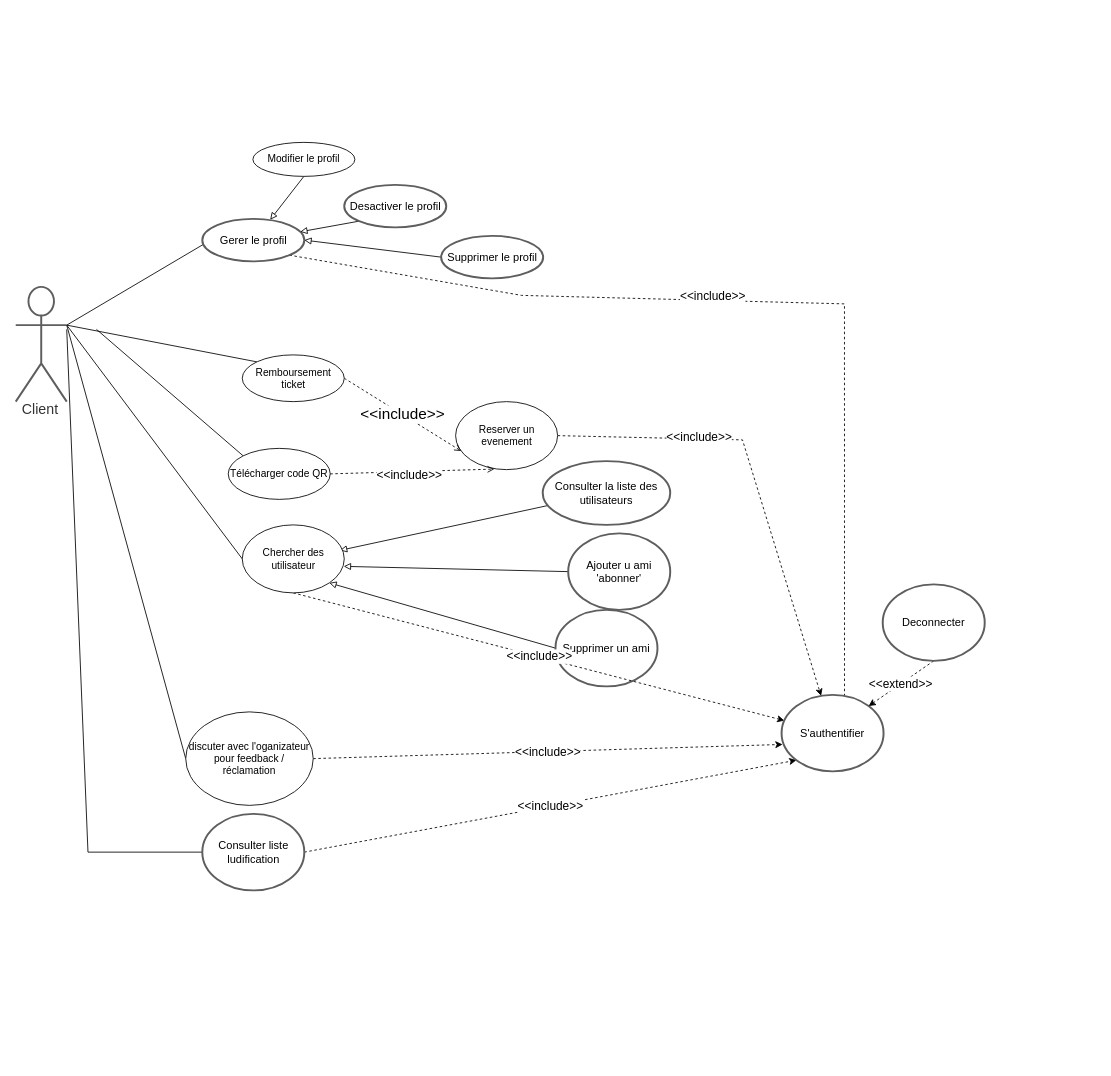
This is Diagram de cas utilisation/Diagramme sans nom.drawio from mohamedimem/event-, a draw.io file, before an edit. Source tidied: cells renumbered, new cells numbered last; positions are measured from the earlier drawing's top-left corner, leaving out a move shared by most shapes. Both pictures are drawn from the tidied source at 85%, with x=0, y=0 at pixel (15, 142).
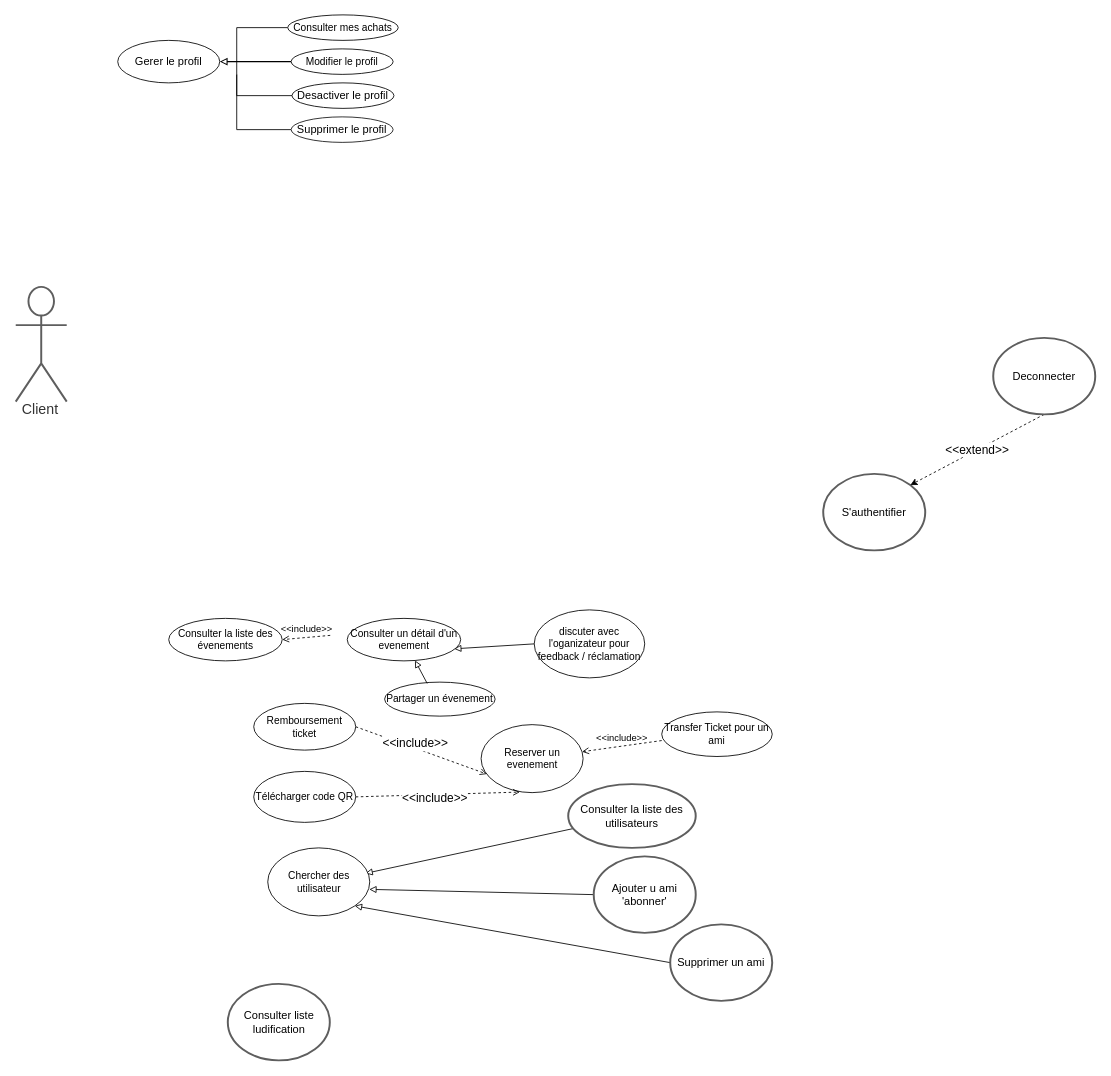
The same diagram, later.

Commit message (it also covers changes not shown here):
Mettre à jour Diagramme sans nom.drawio

Unchanged cells that the change refers to:
```xml
<mxCell id="5" value="Client" style="html=1;overflow=block;blockSpacing=1;shape=umlActor;labelPosition=center;verticalLabelPosition=bottom;verticalAlign=top;whiteSpace=nowrap;fontSize=16.7;fontColor=#333333;align=center;spacing=0;strokeColor=#5e5e5e;strokeOpacity=100;rounded=1;absoluteArcSize=1;arcSize=9;strokeWidth=2.3;lucidId=Zoit8c.qYpQ7;" parent="1" vertex="1">
  <mxGeometry y="170" width="60" height="135" as="geometry" />
</mxCell>
```

The edit, as a diff of the source:
```diff
@@
-    <mxCell id="2" style="edgeStyle=none;rounded=0;jettySize=auto;html=1;exitX=1;exitY=0.3333333333333333;exitDx=0;exitDy=0;exitPerimeter=0;entryX=0.019;entryY=0.588;entryDx=0;entryDy=0;entryPerimeter=0;fontSize=18;endArrow=none;endFill=0;" parent="1" edge="1" source="5" target="8">
-      <mxGeometry relative="1" as="geometry" />
-    </mxCell>
-    <mxCell id="3" style="edgeStyle=none;rounded=0;jettySize=auto;html=1;exitX=1;exitY=0.3333333333333333;exitDx=0;exitDy=0;exitPerimeter=0;entryX=0;entryY=0;entryDx=0;entryDy=0;fontSize=18;endArrow=none;endFill=0;" parent="1" edge="1" source="5" target="26">
-      <mxGeometry relative="1" as="geometry" />
-    </mxCell>
-    <mxCell id="4" style="edgeStyle=none;rounded=0;jettySize=auto;html=1;exitX=1;exitY=0.3333333333333333;exitDx=0;exitDy=0;exitPerimeter=0;entryX=0;entryY=0.5;entryDx=0;entryDy=0;fontSize=14;endArrow=none;endFill=0;" parent="1" edge="1" source="5" target="34">
-      <mxGeometry relative="1" as="geometry" />
-    </mxCell>
@@
-    <mxCell id="6" style="edgeStyle=none;rounded=0;jettySize=auto;html=1;exitX=1;exitY=1;exitDx=0;exitDy=0;entryX=0.617;entryY=0.111;entryDx=0;entryDy=0;entryPerimeter=0;dashed=1;fontSize=14;endArrow=classic;endFill=1;" parent="1" edge="1" source="8" target="35">
-      <mxGeometry relative="1" as="geometry">
-        <Array as="points">
-          <mxPoint x="595" y="180" />
-          <mxPoint x="975" y="190" />
-        </Array>
-      </mxGeometry>
-    </mxCell>
-    <mxCell id="7" value="&amp;lt;&amp;lt;include&amp;gt;&amp;gt;" style="edgeLabel;html=1;align=center;verticalAlign=middle;fontSize=14;" parent="6" vertex="1">
-      <mxGeometry x="-0.11" y="5" relative="1" as="geometry" />
-    </mxCell>
-    <mxCell id="8" value="Gerer le profil" style="html=1;overflow=block;blockSpacing=1;whiteSpace=wrap;ellipse;fontSize=13;spacing=3.8;strokeColor=#5e5e5e;strokeOpacity=100;rounded=1;absoluteArcSize=1;arcSize=9;strokeWidth=2.3;lucidId=3sitsereLQRn;" parent="1" vertex="1">
-      <mxGeometry x="219.5" y="90" width="120" height="50" as="geometry" />
+    <mxCell id="8" value="Gerer le profil" style="html=1;overflow=block;blockSpacing=1;whiteSpace=wrap;ellipse;fontSize=13;spacing=3.8;strokeColor=#030303;strokeOpacity=100;rounded=1;absoluteArcSize=1;arcSize=9;strokeWidth=1;lucidId=3sitsereLQRn;" parent="1" vertex="1">
+      <mxGeometry x="120" y="-120" width="120" height="50" as="geometry" />
     </mxCell>
-    <mxCell id="9" style="edgeStyle=none;rounded=0;jettySize=auto;html=1;exitX=0;exitY=1;exitDx=0;exitDy=0;fontSize=18;endArrow=block;endFill=0;" parent="1" edge="1" source="10" target="8">
-      <mxGeometry relative="1" as="geometry" />
-    </mxCell>
+    <mxCell id="40" style="edgeStyle=none;rounded=0;jettySize=auto;html=1;exitX=0;exitY=0.5;exitDx=0;exitDy=0;endArrow=none;endFill=0;" parent="1" edge="1" source="10">
+      <mxGeometry relative="1" as="geometry">
+        <mxPoint x="260" y="-80" as="targetPoint" />
+        <Array as="points">
+          <mxPoint x="260" y="-55" />
+        </Array>
+      </mxGeometry>
+    </mxCell>
-    <mxCell id="10" value="Desactiver le profil" style="html=1;overflow=block;blockSpacing=1;whiteSpace=wrap;ellipse;fontSize=13;spacing=3.8;strokeColor=#5e5e5e;strokeOpacity=100;rounded=1;absoluteArcSize=1;arcSize=9;strokeWidth=2.3;lucidId=jtitNFk_JNwB;" parent="1" vertex="1">
-      <mxGeometry x="386.5" y="50" width="120" height="50" as="geometry" />
+    <mxCell id="10" value="Desactiver le profil" style="html=1;overflow=block;blockSpacing=1;whiteSpace=wrap;ellipse;fontSize=13;spacing=3.8;strokeColor=#000000;strokeOpacity=100;rounded=1;absoluteArcSize=1;arcSize=9;strokeWidth=1;lucidId=jtitNFk_JNwB;" parent="1" vertex="1">
+      <mxGeometry x="325" y="-70" width="120" height="30" as="geometry" />
     </mxCell>
-    <mxCell id="11" style="edgeStyle=none;rounded=0;jettySize=auto;html=1;exitX=0;exitY=0.5;exitDx=0;exitDy=0;fontSize=14;endArrow=none;endFill=0;" parent="1" edge="1" source="13">
-      <mxGeometry relative="1" as="geometry">
-        <mxPoint x="60" y="220" as="targetPoint" />
-        <Array as="points">
-          <mxPoint x="85" y="835" />
-        </Array>
-      </mxGeometry>
-    </mxCell>
-    <mxCell id="12" value="&amp;lt;&amp;lt;include&amp;gt;&amp;gt;" style="edgeStyle=none;rounded=0;jettySize=auto;html=1;exitX=1;exitY=0.5;exitDx=0;exitDy=0;entryX=0;entryY=1;entryDx=0;entryDy=0;fontSize=14;endArrow=classic;endFill=1;dashed=1;" parent="1" edge="1" source="13" target="35">
-      <mxGeometry relative="1" as="geometry" />
-    </mxCell>
     <mxCell id="13" value="Consulter liste ludification" style="html=1;overflow=block;blockSpacing=1;whiteSpace=wrap;ellipse;fontSize=13;spacing=3.8;strokeColor=#5e5e5e;strokeOpacity=100;rounded=1;absoluteArcSize=1;arcSize=9;strokeWidth=2.3;lucidId=AtitZLWRrcX2;" parent="1" vertex="1">
-      <mxGeometry x="219.5" y="790" width="120" height="90" as="geometry" />
+      <mxGeometry x="249.5" y="990" width="120" height="90" as="geometry" />
     </mxCell>
@@
     <mxCell id="15" value="Ajouter u ami 'abonner'" style="html=1;overflow=block;blockSpacing=1;whiteSpace=wrap;ellipse;fontSize=13;spacing=3.8;strokeColor=#5e5e5e;strokeOpacity=100;rounded=1;absoluteArcSize=1;arcSize=9;strokeWidth=2.3;lucidId=yuiteOMJiaQA;" parent="1" vertex="1">
-      <mxGeometry x="650" y="460" width="120" height="90" as="geometry" />
+      <mxGeometry x="680" y="840" width="120" height="90" as="geometry" />
     </mxCell>
@@
     <mxCell id="17" value="Supprimer un ami" style="html=1;overflow=block;blockSpacing=1;whiteSpace=wrap;ellipse;fontSize=13;spacing=3.8;strokeColor=#5e5e5e;strokeOpacity=100;rounded=1;absoluteArcSize=1;arcSize=9;strokeWidth=2.3;lucidId=Juitxt.MBrJM;" parent="1" vertex="1">
-      <mxGeometry x="635" y="550" width="120" height="90" as="geometry" />
+      <mxGeometry x="770" y="920" width="120" height="90" as="geometry" />
     </mxCell>
@@
     <mxCell id="19" value="Consulter la liste des utilisateurs" style="html=1;overflow=block;blockSpacing=1;whiteSpace=wrap;ellipse;fontSize=13;spacing=3.8;strokeColor=#5e5e5e;strokeOpacity=100;rounded=1;absoluteArcSize=1;arcSize=9;strokeWidth=2.3;lucidId=SuitE4AoL12q;" parent="1" vertex="1">
-      <mxGeometry x="620" y="375" width="150" height="75" as="geometry" />
+      <mxGeometry x="650" y="755" width="150" height="75" as="geometry" />
     </mxCell>
-    <mxCell id="20" style="edgeStyle=none;rounded=0;jettySize=auto;html=1;exitX=0.5;exitY=1;exitDx=0;exitDy=0;entryX=0.666;entryY=0.019;entryDx=0;entryDy=0;entryPerimeter=0;fontSize=18;endArrow=block;endFill=0;" parent="1" edge="1" source="21" target="8">
+    <mxCell id="20" style="edgeStyle=none;rounded=0;jettySize=auto;html=1;exitX=0;exitY=0.5;exitDx=0;exitDy=0;entryX=1;entryY=0.5;entryDx=0;entryDy=0;endArrow=block;endFill=0;strokeWidth=1.25;" parent="1" edge="1" source="21" target="8">
       <mxGeometry relative="1" as="geometry" />
     </mxCell>
     <mxCell id="21" value="Modifier le profil" style="ellipse;whiteSpace=wrap;html=1;" parent="1" vertex="1">
-      <mxGeometry x="279" width="120" height="40" as="geometry" />
+      <mxGeometry x="324" y="-110" width="120" height="30" as="geometry" />
     </mxCell>
-    <mxCell id="22" style="edgeStyle=none;rounded=0;jettySize=auto;html=1;exitX=1;exitY=0.5;exitDx=0;exitDy=0;dashed=1;fontSize=14;endArrow=classic;endFill=1;" parent="1" edge="1" source="24" target="35">
-      <mxGeometry relative="1" as="geometry">
-        <Array as="points">
-          <mxPoint x="855" y="350" />
-        </Array>
-      </mxGeometry>
-    </mxCell>
-    <mxCell id="23" value="&amp;lt;&amp;lt;include&amp;gt;&amp;gt;" style="edgeLabel;html=1;align=center;verticalAlign=middle;fontSize=14;" parent="22" vertex="1">
-      <mxGeometry x="-0.38" y="2" relative="1" as="geometry">
-        <mxPoint x="1" as="offset" />
-      </mxGeometry>
-    </mxCell>
     <mxCell id="24" value="Reserver un evenement" style="ellipse;whiteSpace=wrap;html=1;" parent="1" vertex="1">
-      <mxGeometry x="517.5" y="305" width="120" height="80" as="geometry" />
+      <mxGeometry x="547.5" y="685" width="120" height="80" as="geometry" />
     </mxCell>
-    <mxCell id="25" value="&amp;lt;&amp;lt;include&amp;gt;&amp;gt;" style="edgeStyle=none;rounded=0;jettySize=auto;html=1;exitX=1;exitY=0.5;exitDx=0;exitDy=0;entryX=0.056;entryY=0.727;entryDx=0;entryDy=0;entryPerimeter=0;dashed=1;fontSize=18;endArrow=open;endFill=0;" parent="1" edge="1" source="26" target="24">
-      <mxGeometry relative="1" as="geometry" />
+    <mxCell id="25" value="&lt;font style=&quot;font-size: 14px;&quot;&gt;&amp;lt;&amp;lt;include&amp;gt;&amp;gt;&lt;/font&gt;" style="edgeStyle=none;rounded=0;jettySize=auto;html=1;exitX=1;exitY=0.5;exitDx=0;exitDy=0;entryX=0.056;entryY=0.727;entryDx=0;entryDy=0;entryPerimeter=0;dashed=1;fontSize=18;endArrow=open;endFill=0;" parent="1" edge="1" source="26" target="24">
+      <mxGeometry x="-0.12" y="6" relative="1" as="geometry" />
     </mxCell>
     <mxCell id="26" value="Remboursement ticket" style="ellipse;whiteSpace=wrap;html=1;" parent="1" vertex="1">
-      <mxGeometry x="266.5" y="250" width="120" height="55" as="geometry" />
+      <mxGeometry x="280" y="660" width="120" height="55" as="geometry" />
     </mxCell>
@@
-    <mxCell id="28" style="edgeStyle=none;rounded=0;jettySize=auto;html=1;exitX=0;exitY=0;exitDx=0;exitDy=0;fontSize=14;endArrow=none;endFill=0;" parent="1" edge="1" source="29">
-      <mxGeometry relative="1" as="geometry">
-        <mxPoint x="95" y="220" as="targetPoint" />
-      </mxGeometry>
-    </mxCell>
     <mxCell id="29" value="Télécharger code QR" style="ellipse;whiteSpace=wrap;html=1;" parent="1" vertex="1">
-      <mxGeometry x="250" y="360" width="120" height="60" as="geometry" />
+      <mxGeometry x="280" y="740" width="120" height="60" as="geometry" />
     </mxCell>
-    <mxCell id="30" style="edgeStyle=none;rounded=0;jettySize=auto;html=1;exitX=0;exitY=0.5;exitDx=0;exitDy=0;entryX=1;entryY=0.3333333333333333;entryDx=0;entryDy=0;entryPerimeter=0;fontSize=14;endArrow=none;endFill=0;" parent="1" edge="1" source="32" target="5">
-      <mxGeometry relative="1" as="geometry" />
-    </mxCell>
-    <mxCell id="31" value="&amp;lt;&amp;lt;include&amp;gt;&amp;gt;" style="edgeStyle=none;rounded=0;jettySize=auto;html=1;exitX=0.5;exitY=1;exitDx=0;exitDy=0;dashed=1;fontSize=14;endArrow=classic;endFill=1;" parent="1" edge="1" source="32" target="35">
-      <mxGeometry relative="1" as="geometry" />
-    </mxCell>
     <mxCell id="32" value="Chercher des utilisateur" style="ellipse;whiteSpace=wrap;html=1;" parent="1" vertex="1">
-      <mxGeometry x="266.5" y="450" width="120" height="80" as="geometry" />
+      <mxGeometry x="296.5" y="830" width="120" height="80" as="geometry" />
     </mxCell>
-    <mxCell id="33" value="&amp;lt;&amp;lt;include&amp;gt;&amp;gt;" style="edgeStyle=none;rounded=0;jettySize=auto;html=1;exitX=1;exitY=0.5;exitDx=0;exitDy=0;dashed=1;fontSize=14;endArrow=classic;endFill=1;entryX=0.01;entryY=0.648;entryDx=0;entryDy=0;entryPerimeter=0;" parent="1" edge="1" source="34" target="35">
-      <mxGeometry relative="1" as="geometry" />
-    </mxCell>
-    <mxCell id="34" value="discuter avec l'oganizateur pour feedback / réclamation" style="ellipse;whiteSpace=wrap;html=1;" parent="1" vertex="1">
-      <mxGeometry x="200" y="670" width="150" height="110" as="geometry" />
-    </mxCell>
     <mxCell id="35" value="S'authentifier" style="html=1;overflow=block;blockSpacing=1;whiteSpace=wrap;ellipse;fontSize=13;spacing=3.8;strokeColor=#5e5e5e;strokeOpacity=100;rounded=1;absoluteArcSize=1;arcSize=9;strokeWidth=2.3;lucidId=XvitAHHM73nt;" parent="1" vertex="1">
-      <mxGeometry x="901" y="650" width="120" height="90" as="geometry" />
+      <mxGeometry x="950" y="390" width="120" height="90" as="geometry" />
     </mxCell>
@@
     <mxCell id="37" value="Deconnecter" style="html=1;overflow=block;blockSpacing=1;whiteSpace=wrap;ellipse;fontSize=13;spacing=3.8;strokeColor=#5e5e5e;strokeOpacity=100;rounded=1;absoluteArcSize=1;arcSize=9;strokeWidth=2.3;lucidId=XvitmW9DInrr;" parent="1" vertex="1">
-      <mxGeometry x="1020" y="520" width="120" height="90" as="geometry" />
+      <mxGeometry x="1150" y="230" width="120" height="90" as="geometry" />
     </mxCell>
-    <mxCell id="38" style="edgeStyle=none;rounded=0;jettySize=auto;html=1;exitX=0;exitY=0.5;exitDx=0;exitDy=0;entryX=1;entryY=0.5;entryDx=0;entryDy=0;fontSize=18;endArrow=block;endFill=0;" parent="1" edge="1" source="39" target="8">
-      <mxGeometry relative="1" as="geometry" />
-    </mxCell>
+    <mxCell id="41" style="edgeStyle=none;rounded=0;jettySize=auto;html=1;exitX=0;exitY=0.5;exitDx=0;exitDy=0;endArrow=none;endFill=0;" parent="1" edge="1" source="39">
+      <mxGeometry relative="1" as="geometry">
+        <mxPoint x="260" y="-80" as="targetPoint" />
+        <Array as="points">
+          <mxPoint x="260" y="-15" />
+        </Array>
+      </mxGeometry>
+    </mxCell>
-    <mxCell id="39" value="Supprimer le profil" style="html=1;overflow=block;blockSpacing=1;whiteSpace=wrap;ellipse;fontSize=13;spacing=3.8;strokeColor=#5e5e5e;strokeOpacity=100;rounded=1;absoluteArcSize=1;arcSize=9;strokeWidth=2.3;lucidId=jtitNFk_JNwB;" parent="1" vertex="1">
-      <mxGeometry x="500.5" y="110" width="120" height="50" as="geometry" />
+    <mxCell id="39" value="Supprimer le profil" style="html=1;overflow=block;blockSpacing=1;whiteSpace=wrap;ellipse;fontSize=13;spacing=3.8;strokeColor=#121212;strokeOpacity=100;rounded=1;absoluteArcSize=1;arcSize=9;strokeWidth=1;lucidId=jtitNFk_JNwB;" parent="1" vertex="1">
+      <mxGeometry x="324" y="-30" width="120" height="30" as="geometry" />
     </mxCell>
+    <mxCell id="42" value="Consulter la liste des évenements" style="ellipse;whiteSpace=wrap;html=1;" parent="1" vertex="1">
+      <mxGeometry x="180" y="560" width="133.5" height="50" as="geometry" />
+    </mxCell>
+    <mxCell id="43" style="edgeStyle=none;rounded=0;jettySize=auto;html=1;exitX=0;exitY=0.5;exitDx=0;exitDy=0;endArrow=block;endFill=0;entryX=0.942;entryY=0.716;entryDx=0;entryDy=0;entryPerimeter=0;" parent="1" edge="1" source="34" target="48">
+      <mxGeometry relative="1" as="geometry" />
+    </mxCell>
+    <mxCell id="34" value="discuter avec l'oganizateur pour feedback / réclamation" style="ellipse;whiteSpace=wrap;html=1;" parent="1" vertex="1">
+      <mxGeometry x="610" y="550" width="130" height="80" as="geometry" />
+    </mxCell>
+    <mxCell id="44" value="Transfer Ticket pour un ami" style="ellipse;whiteSpace=wrap;html=1;" parent="1" vertex="1">
+      <mxGeometry x="760" y="670" width="130" height="52.5" as="geometry" />
+    </mxCell>
+    <mxCell id="45" value="&amp;lt;&amp;lt;include&amp;gt;&amp;gt;" style="html=1;verticalAlign=bottom;labelBackgroundColor=none;endArrow=open;endFill=0;dashed=1;rounded=0;exitX=0;exitY=0.643;exitDx=0;exitDy=0;exitPerimeter=0;" parent="1" edge="1" source="44" target="24">
+      <mxGeometry relative="1" as="geometry" />
+    </mxCell>
+    <mxCell id="46" value="Partager un évenement" style="ellipse;whiteSpace=wrap;html=1;" parent="1" vertex="1">
+      <mxGeometry x="434" y="635" width="130" height="40" as="geometry" />
+    </mxCell>
+    <mxCell id="47" style="edgeStyle=none;rounded=0;jettySize=auto;html=1;exitX=0.385;exitY=0.037;exitDx=0;exitDy=0;endArrow=block;endFill=0;exitPerimeter=0;" parent="1" edge="1" source="46" target="48">
+      <mxGeometry relative="1" as="geometry" />
+    </mxCell>
+    <mxCell id="48" value="Consulter un détail d'un evenement" style="ellipse;whiteSpace=wrap;html=1;" parent="1" vertex="1">
+      <mxGeometry x="390" y="560" width="133.5" height="50" as="geometry" />
+    </mxCell>
+    <mxCell id="49" value="&amp;lt;&amp;lt;include&amp;gt;&amp;gt;" style="html=1;verticalAlign=bottom;labelBackgroundColor=none;endArrow=open;endFill=0;dashed=1;rounded=0;entryX=1;entryY=0.5;entryDx=0;entryDy=0;" parent="1" edge="1" target="42">
+      <mxGeometry relative="1" as="geometry">
+        <mxPoint x="370" y="580" as="sourcePoint" />
+      </mxGeometry>
+    </mxCell>
+    <mxCell id="50" style="edgeStyle=none;rounded=0;jettySize=auto;html=1;exitX=0;exitY=0.5;exitDx=0;exitDy=0;endArrow=none;endFill=0;" parent="1" edge="1" source="51">
+      <mxGeometry relative="1" as="geometry">
+        <mxPoint x="260" y="-80" as="targetPoint" />
+        <Array as="points">
+          <mxPoint x="260" y="-135" />
+        </Array>
+      </mxGeometry>
+    </mxCell>
+    <mxCell id="51" value="Consulter mes achats" style="ellipse;whiteSpace=wrap;html=1;" parent="1" vertex="1">
+      <mxGeometry x="320" y="-150" width="130" height="30" as="geometry" />
+    </mxCell>
```
